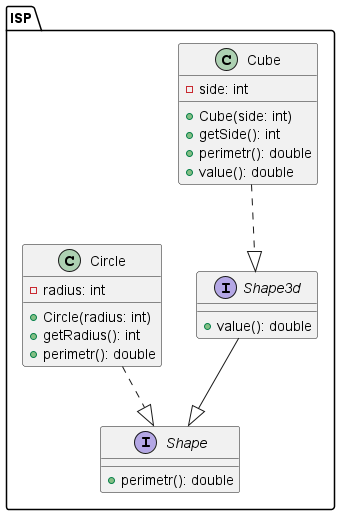
Zayha/gb_architecture keeps this PlantUML diagram as lesson_03_solid/UML/ISP/isp.png. Above is the earlier version.
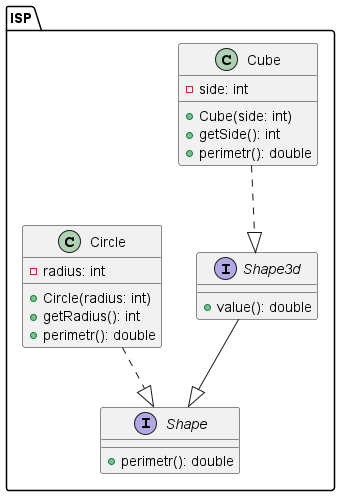
Above is the later version.

Diff of the diagram source:
```diff
@@ -13,7 +13,6 @@
   + Cube(side: int)
   + getSide(): int
   + perimetr(): double
-  + value(): double
 }
 
 class Circle {
```
